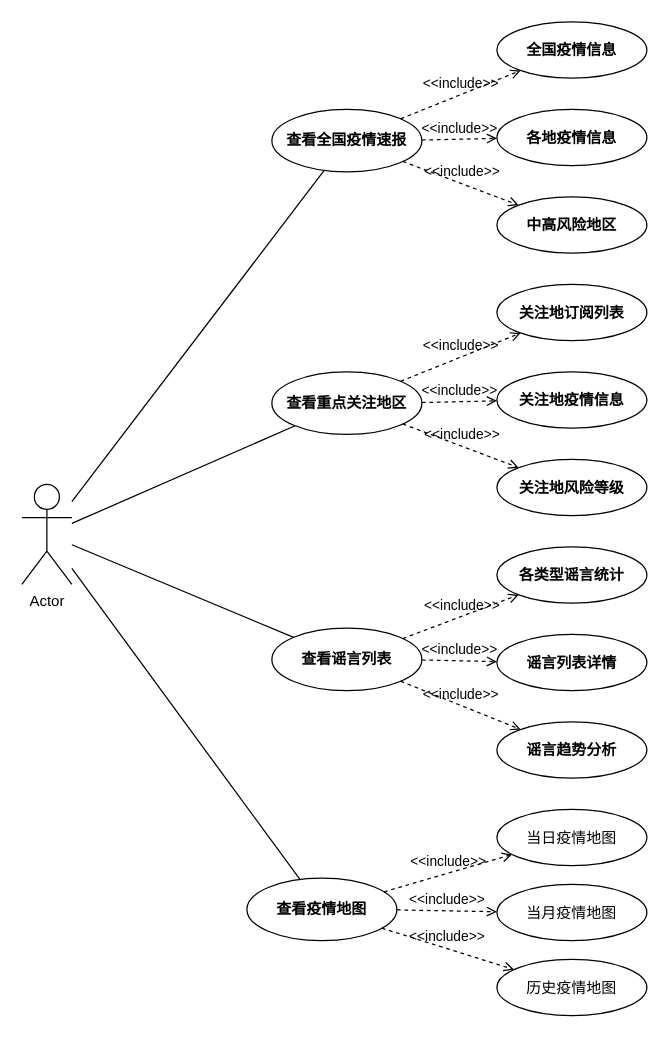
This is UserCase.drawio from Hengjiu99/UML, a draw.io file, before an edit. Source tidied: cells renumbered, new cells numbered last; positions are measured from the earlier drawing's top-left corner, leaving out a move shared by most shapes. Both pictures are drawn from the tidied source at 125%, with x=0, y=0 at pixel (21, 21).
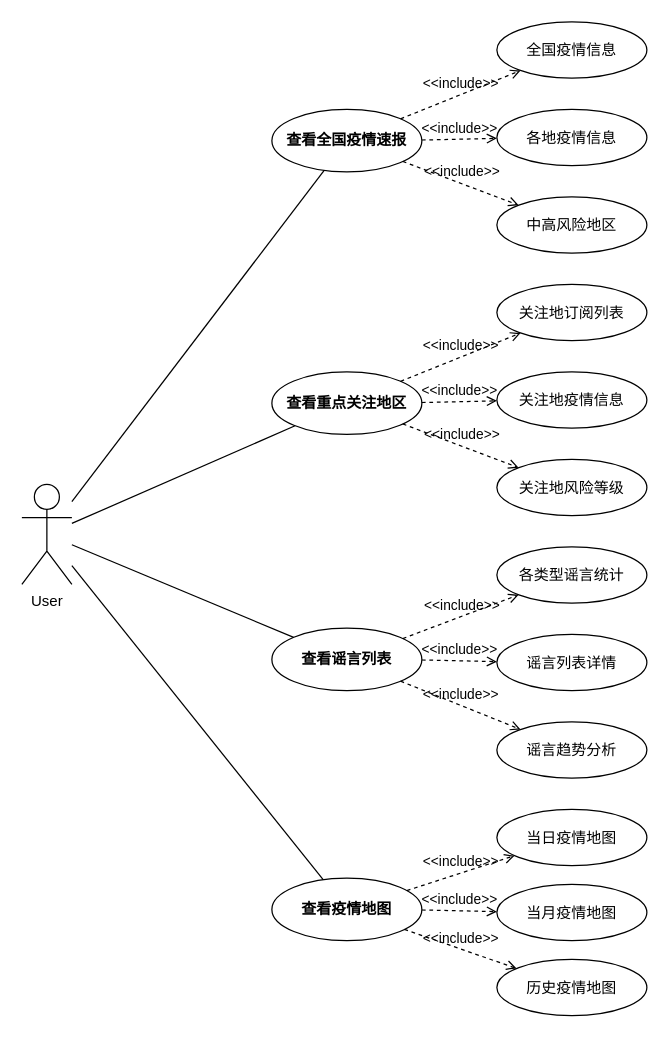
After the change.

Diff of the diagram source:
```diff
@@
-    <mxCell id="2" value="Actor" style="shape=umlActor;verticalLabelPosition=bottom;verticalAlign=top;html=1;outlineConnect=0;" parent="1" vertex="1">
+    <mxCell id="2" value="User" style="shape=umlActor;verticalLabelPosition=bottom;verticalAlign=top;html=1;outlineConnect=0;" parent="1" vertex="1">
       <mxGeometry y="370" width="40" height="80" as="geometry" />
     </mxCell>
@@
-    <mxCell id="4" value="&lt;div&gt;&lt;b&gt;&lt;span&gt;全国疫情信息&lt;/span&gt;&lt;/b&gt;&lt;/div&gt;" style="ellipse;whiteSpace=wrap;html=1;" parent="1" vertex="1">
+    <mxCell id="4" value="&lt;div&gt;&lt;span&gt;&lt;span&gt;全国疫情信息&lt;/span&gt;&lt;/span&gt;&lt;/div&gt;" style="ellipse;whiteSpace=wrap;html=1;fontStyle=0;" parent="1" vertex="1">
       <mxGeometry x="380" width="120" height="45" as="geometry" />
     </mxCell>
-    <mxCell id="5" value="&lt;div&gt;&lt;b&gt;&lt;span&gt;各地疫情信息&lt;/span&gt;&lt;/b&gt;&lt;/div&gt;" style="ellipse;whiteSpace=wrap;html=1;" parent="1" vertex="1">
+    <mxCell id="5" value="&lt;div&gt;&lt;span&gt;&lt;span&gt;各地疫情信息&lt;/span&gt;&lt;/span&gt;&lt;/div&gt;" style="ellipse;whiteSpace=wrap;html=1;fontStyle=0;" parent="1" vertex="1">
       <mxGeometry x="380" y="70" width="120" height="45" as="geometry" />
     </mxCell>
-    <mxCell id="6" value="&lt;div&gt;&lt;b&gt;&lt;span&gt;关注地疫情信息&lt;/span&gt;&lt;/b&gt;&lt;/div&gt;" style="ellipse;whiteSpace=wrap;html=1;" parent="1" vertex="1">
+    <mxCell id="6" value="&lt;div&gt;&lt;span&gt;&lt;span&gt;关注地疫情信息&lt;/span&gt;&lt;/span&gt;&lt;/div&gt;" style="ellipse;whiteSpace=wrap;html=1;fontStyle=0;" parent="1" vertex="1">
       <mxGeometry x="380" y="280" width="120" height="45" as="geometry" />
     </mxCell>
@@
-    <mxCell id="8" value="&lt;div&gt;&lt;b&gt;&lt;span&gt;关注地风险等级&lt;/span&gt;&lt;/b&gt;&lt;/div&gt;" style="ellipse;whiteSpace=wrap;html=1;" parent="1" vertex="1">
+    <mxCell id="8" value="&lt;div&gt;&lt;span&gt;&lt;span&gt;关注地风险等级&lt;/span&gt;&lt;/span&gt;&lt;/div&gt;" style="ellipse;whiteSpace=wrap;html=1;fontStyle=0;" parent="1" vertex="1">
       <mxGeometry x="380" y="350" width="120" height="45" as="geometry" />
     </mxCell>
-    <mxCell id="9" value="&lt;div&gt;&lt;b&gt;&lt;span&gt;关注地订阅列表&lt;/span&gt;&lt;/b&gt;&lt;/div&gt;" style="ellipse;whiteSpace=wrap;html=1;" parent="1" vertex="1">
+    <mxCell id="9" value="&lt;div&gt;&lt;span&gt;&lt;span&gt;关注地订阅列表&lt;/span&gt;&lt;/span&gt;&lt;/div&gt;" style="ellipse;whiteSpace=wrap;html=1;fontStyle=0;" parent="1" vertex="1">
       <mxGeometry x="380" y="210" width="120" height="45" as="geometry" />
     </mxCell>
-    <mxCell id="10" value="&lt;div&gt;&lt;b&gt;&lt;span&gt;中高风险地区&lt;br&gt;&lt;/span&gt;&lt;/b&gt;&lt;/div&gt;" style="ellipse;whiteSpace=wrap;html=1;" parent="1" vertex="1">
+    <mxCell id="10" value="&lt;div&gt;&lt;span&gt;&lt;span&gt;中高风险地区&lt;br&gt;&lt;/span&gt;&lt;/span&gt;&lt;/div&gt;" style="ellipse;whiteSpace=wrap;html=1;fontStyle=0;" parent="1" vertex="1">
       <mxGeometry x="380" y="140" width="120" height="45" as="geometry" />
     </mxCell>
@@
-    <mxCell id="20" value="&lt;b&gt;各类型谣言统计&lt;br&gt;&lt;/b&gt;" style="ellipse;whiteSpace=wrap;html=1;" parent="1" vertex="1">
+    <mxCell id="20" value="&lt;span&gt;各类型谣言统计&lt;br&gt;&lt;/span&gt;" style="ellipse;whiteSpace=wrap;html=1;fontStyle=0;" parent="1" vertex="1">
       <mxGeometry x="380" y="420" width="120" height="45" as="geometry" />
     </mxCell>
-    <mxCell id="21" value="&lt;b&gt;谣言列表详情&lt;br&gt;&lt;/b&gt;" style="ellipse;whiteSpace=wrap;html=1;" parent="1" vertex="1">
+    <mxCell id="21" value="&lt;span&gt;谣言列表详情&lt;br&gt;&lt;/span&gt;" style="ellipse;whiteSpace=wrap;html=1;fontStyle=0;" parent="1" vertex="1">
       <mxGeometry x="380" y="490" width="120" height="45" as="geometry" />
     </mxCell>
-    <mxCell id="22" value="&lt;b&gt;谣言趋势分析&lt;/b&gt;" style="ellipse;whiteSpace=wrap;html=1;" parent="1" vertex="1">
+    <mxCell id="22" value="&lt;span&gt;谣言趋势分析&lt;/span&gt;" style="ellipse;whiteSpace=wrap;html=1;fontStyle=0;" parent="1" vertex="1">
       <mxGeometry x="380" y="560" width="120" height="45" as="geometry" />
     </mxCell>
@@
     <mxCell id="27" value="&lt;b&gt;查看疫情地图&lt;/b&gt;" style="ellipse;whiteSpace=wrap;html=1;" parent="1" vertex="1">
-      <mxGeometry x="180" y="685" width="120" height="50" as="geometry" />
+      <mxGeometry x="200" y="685" width="120" height="50" as="geometry" />
     </mxCell>
@@
+    <mxCell id="35" style="edgeStyle=orthogonalEdgeStyle;rounded=0;orthogonalLoop=1;jettySize=auto;html=1;exitX=0.5;exitY=1;exitDx=0;exitDy=0;" parent="1" edge="1" source="27" target="27">
+      <mxGeometry relative="1" as="geometry" />
+    </mxCell>
```
